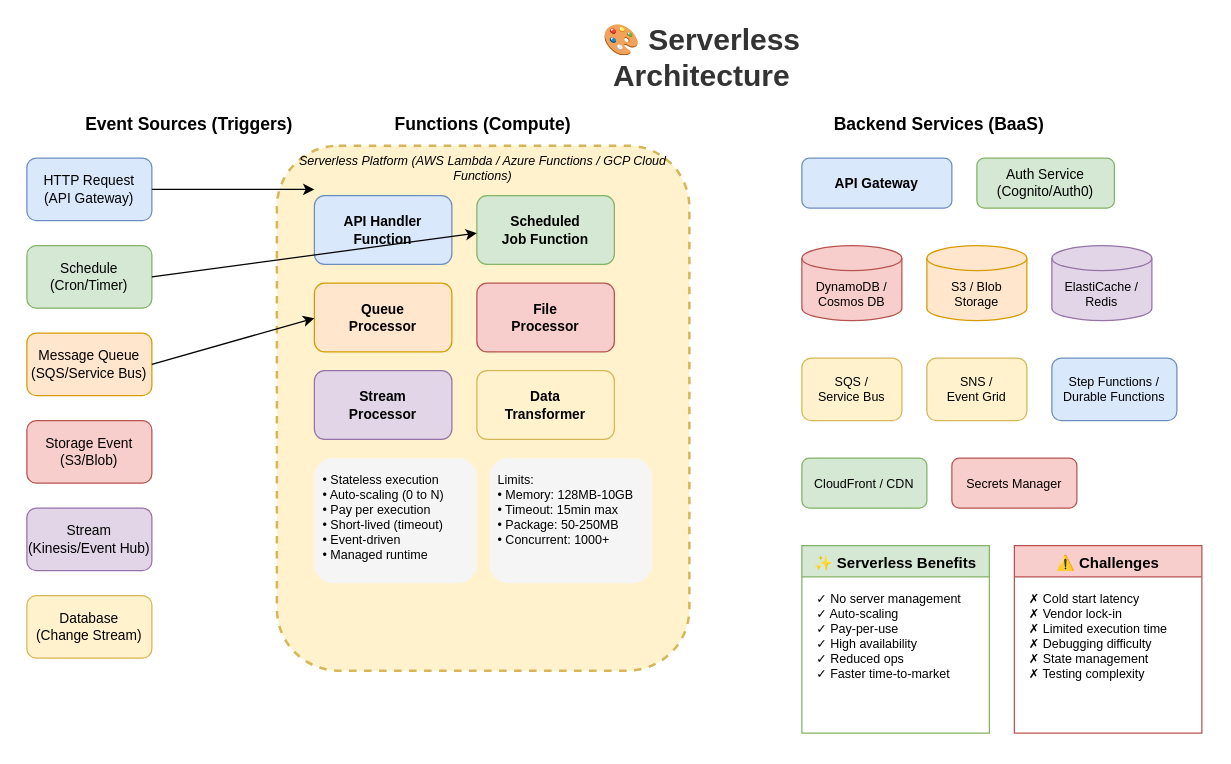
Above: lesson-01-software-design-architecture/02-architecture-styles/2.4-serverless-architecture.drawio in MrParkerZ7/document-lesson-software-architect-x-claude (draw.io), before the change. Source tidied: cells renumbered, new cells numbered last; positions are measured from the earlier drawing's top-left corner, leaving out a move shared by most shapes. Both pictures are drawn from the tidied source at 125%, with x=0, y=0 at pixel (26, 32).
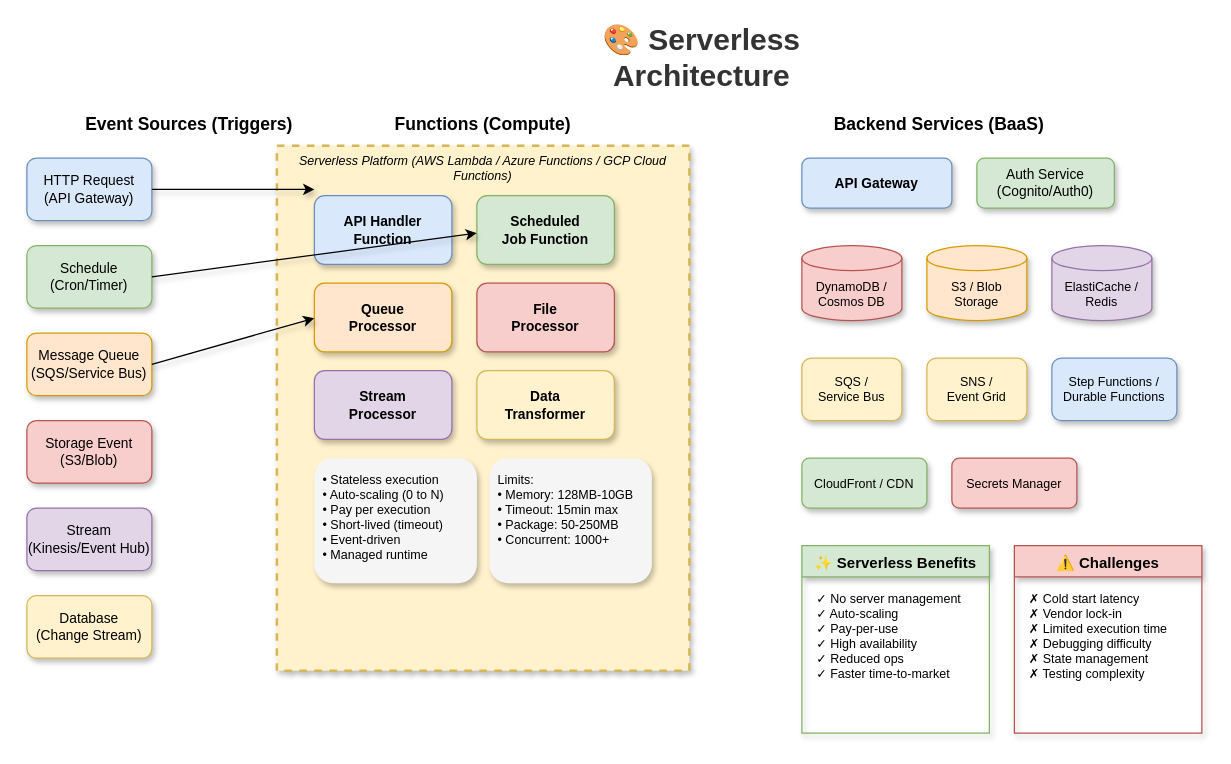
Above is the later version.

The edit, as a diff of the source:
```diff
@@
-    <mxCell id="4" value="HTTP Request&#10;(API Gateway)" style="rounded=1;whiteSpace=wrap;html=1;fillColor=#dae8fc;strokeColor=#6c8ebf;fontSize=11;" parent="1" vertex="1">
+    <mxCell id="4" value="HTTP Request&#10;(API Gateway)" style="rounded=1;whiteSpace=wrap;html=1;fillColor=#dae8fc;strokeColor=#6c8ebf;fontSize=11;shadow=1;" parent="1" vertex="1">
       <mxGeometry y="100" width="100" height="50" as="geometry" />
     </mxCell>
-    <mxCell id="5" value="Schedule&#10;(Cron/Timer)" style="rounded=1;whiteSpace=wrap;html=1;fillColor=#d5e8d4;strokeColor=#82b366;fontSize=11;" parent="1" vertex="1">
+    <mxCell id="5" value="Schedule&#10;(Cron/Timer)" style="rounded=1;whiteSpace=wrap;html=1;fillColor=#d5e8d4;strokeColor=#82b366;fontSize=11;shadow=1;" parent="1" vertex="1">
       <mxGeometry y="170" width="100" height="50" as="geometry" />
     </mxCell>
-    <mxCell id="6" value="Message Queue&#10;(SQS/Service Bus)" style="rounded=1;whiteSpace=wrap;html=1;fillColor=#ffe6cc;strokeColor=#d79b00;fontSize=11;" parent="1" vertex="1">
+    <mxCell id="6" value="Message Queue&#10;(SQS/Service Bus)" style="rounded=1;whiteSpace=wrap;html=1;fillColor=#ffe6cc;strokeColor=#d79b00;fontSize=11;shadow=1;" parent="1" vertex="1">
       <mxGeometry y="240" width="100" height="50" as="geometry" />
     </mxCell>
-    <mxCell id="7" value="Storage Event&#10;(S3/Blob)" style="rounded=1;whiteSpace=wrap;html=1;fillColor=#f8cecc;strokeColor=#b85450;fontSize=11;" parent="1" vertex="1">
+    <mxCell id="7" value="Storage Event&#10;(S3/Blob)" style="rounded=1;whiteSpace=wrap;html=1;fillColor=#f8cecc;strokeColor=#b85450;fontSize=11;shadow=1;" parent="1" vertex="1">
       <mxGeometry y="310" width="100" height="50" as="geometry" />
     </mxCell>
-    <mxCell id="8" value="Stream&#10;(Kinesis/Event Hub)" style="rounded=1;whiteSpace=wrap;html=1;fillColor=#e1d5e7;strokeColor=#9673a6;fontSize=11;" parent="1" vertex="1">
+    <mxCell id="8" value="Stream&#10;(Kinesis/Event Hub)" style="rounded=1;whiteSpace=wrap;html=1;fillColor=#e1d5e7;strokeColor=#9673a6;fontSize=11;shadow=1;" parent="1" vertex="1">
       <mxGeometry y="380" width="100" height="50" as="geometry" />
     </mxCell>
-    <mxCell id="9" value="Database&#10;(Change Stream)" style="rounded=1;whiteSpace=wrap;html=1;fillColor=#fff2cc;strokeColor=#d6b656;fontSize=11;" parent="1" vertex="1">
+    <mxCell id="9" value="Database&#10;(Change Stream)" style="rounded=1;whiteSpace=wrap;html=1;fillColor=#fff2cc;strokeColor=#d6b656;fontSize=11;shadow=1;" parent="1" vertex="1">
       <mxGeometry y="450" width="100" height="50" as="geometry" />
     </mxCell>
@@
-    <mxCell id="11" style="rounded=1;whiteSpace=wrap;html=1;fillColor=#fff2cc;strokeColor=#d6b656;strokeWidth=2;dashed=1;" parent="1" vertex="1">
+    <mxCell id="11" style="rounded=0;whiteSpace=wrap;html=1;fillColor=#fff2cc;strokeColor=#d6b656;strokeWidth=2;dashed=1;shadow=1;" parent="1" vertex="1">
       <mxGeometry x="200" y="90" width="330" height="420" as="geometry" />
     </mxCell>
@@
-    <mxCell id="13" value="API Handler&#10;Function" style="rounded=1;whiteSpace=wrap;html=1;fillColor=#dae8fc;strokeColor=#6c8ebf;fontSize=11;fontStyle=1;" parent="1" vertex="1">
+    <mxCell id="13" value="API Handler&#10;Function" style="rounded=1;whiteSpace=wrap;html=1;fillColor=#dae8fc;strokeColor=#6c8ebf;fontSize=11;fontStyle=1;shadow=1;" parent="1" vertex="1">
       <mxGeometry x="230" y="130" width="110" height="55" as="geometry" />
     </mxCell>
-    <mxCell id="14" value="Scheduled&#10;Job Function" style="rounded=1;whiteSpace=wrap;html=1;fillColor=#d5e8d4;strokeColor=#82b366;fontSize=11;fontStyle=1;" parent="1" vertex="1">
+    <mxCell id="14" value="Scheduled&#10;Job Function" style="rounded=1;whiteSpace=wrap;html=1;fillColor=#d5e8d4;strokeColor=#82b366;fontSize=11;fontStyle=1;shadow=1;" parent="1" vertex="1">
       <mxGeometry x="360" y="130" width="110" height="55" as="geometry" />
     </mxCell>
-    <mxCell id="15" value="Queue&#10;Processor" style="rounded=1;whiteSpace=wrap;html=1;fillColor=#ffe6cc;strokeColor=#d79b00;fontSize=11;fontStyle=1;" parent="1" vertex="1">
+    <mxCell id="15" value="Queue&#10;Processor" style="rounded=1;whiteSpace=wrap;html=1;fillColor=#ffe6cc;strokeColor=#d79b00;fontSize=11;fontStyle=1;shadow=1;" parent="1" vertex="1">
       <mxGeometry x="230" y="200" width="110" height="55" as="geometry" />
     </mxCell>
-    <mxCell id="16" value="File&#10;Processor" style="rounded=1;whiteSpace=wrap;html=1;fillColor=#f8cecc;strokeColor=#b85450;fontSize=11;fontStyle=1;" parent="1" vertex="1">
+    <mxCell id="16" value="File&#10;Processor" style="rounded=1;whiteSpace=wrap;html=1;fillColor=#f8cecc;strokeColor=#b85450;fontSize=11;fontStyle=1;shadow=1;" parent="1" vertex="1">
       <mxGeometry x="360" y="200" width="110" height="55" as="geometry" />
     </mxCell>
-    <mxCell id="17" value="Stream&#10;Processor" style="rounded=1;whiteSpace=wrap;html=1;fillColor=#e1d5e7;strokeColor=#9673a6;fontSize=11;fontStyle=1;" parent="1" vertex="1">
+    <mxCell id="17" value="Stream&#10;Processor" style="rounded=1;whiteSpace=wrap;html=1;fillColor=#e1d5e7;strokeColor=#9673a6;fontSize=11;fontStyle=1;shadow=1;" parent="1" vertex="1">
       <mxGeometry x="230" y="270" width="110" height="55" as="geometry" />
     </mxCell>
-    <mxCell id="18" value="Data&#10;Transformer" style="rounded=1;whiteSpace=wrap;html=1;fillColor=#fff2cc;strokeColor=#d6b656;fontSize=11;fontStyle=1;" parent="1" vertex="1">
+    <mxCell id="18" value="Data&#10;Transformer" style="rounded=1;whiteSpace=wrap;html=1;fillColor=#fff2cc;strokeColor=#d6b656;fontSize=11;fontStyle=1;shadow=1;" parent="1" vertex="1">
       <mxGeometry x="360" y="270" width="110" height="55" as="geometry" />
     </mxCell>
-    <mxCell id="19" value="• Stateless execution&#10;• Auto-scaling (0 to N)&#10;• Pay per execution&#10;• Short-lived (timeout)&#10;• Event-driven&#10;• Managed runtime" style="text;html=1;strokeColor=none;fillColor=#f5f5f5;align=left;verticalAlign=top;whiteSpace=wrap;rounded=1;fontSize=10;spacingLeft=5;spacingTop=5;" parent="1" vertex="1">
+    <mxCell id="19" value="• Stateless execution&#10;• Auto-scaling (0 to N)&#10;• Pay per execution&#10;• Short-lived (timeout)&#10;• Event-driven&#10;• Managed runtime" style="text;html=1;strokeColor=none;fillColor=#f5f5f5;align=left;verticalAlign=top;whiteSpace=wrap;rounded=1;fontSize=10;spacingLeft=5;spacingTop=5;shadow=1;" parent="1" vertex="1">
       <mxGeometry x="230" y="340" width="130" height="100" as="geometry" />
     </mxCell>
-    <mxCell id="20" value="Limits:&#10;• Memory: 128MB-10GB&#10;• Timeout: 15min max&#10;• Package: 50-250MB&#10;• Concurrent: 1000+" style="text;html=1;strokeColor=none;fillColor=#f5f5f5;align=left;verticalAlign=top;whiteSpace=wrap;rounded=1;fontSize=10;spacingLeft=5;spacingTop=5;" parent="1" vertex="1">
+    <mxCell id="20" value="Limits:&#10;• Memory: 128MB-10GB&#10;• Timeout: 15min max&#10;• Package: 50-250MB&#10;• Concurrent: 1000+" style="text;html=1;strokeColor=none;fillColor=#f5f5f5;align=left;verticalAlign=top;whiteSpace=wrap;rounded=1;fontSize=10;spacingLeft=5;spacingTop=5;shadow=1;" parent="1" vertex="1">
       <mxGeometry x="370" y="340" width="130" height="100" as="geometry" />
     </mxCell>
@@
-    <mxCell id="22" value="API Gateway" style="rounded=1;whiteSpace=wrap;html=1;fillColor=#dae8fc;strokeColor=#6c8ebf;fontSize=11;fontStyle=1;" parent="1" vertex="1">
+    <mxCell id="22" value="API Gateway" style="rounded=1;whiteSpace=wrap;html=1;fillColor=#dae8fc;strokeColor=#6c8ebf;fontSize=11;fontStyle=1;shadow=1;" parent="1" vertex="1">
       <mxGeometry x="620" y="100" width="120" height="40" as="geometry" />
     </mxCell>
-    <mxCell id="23" value="Auth Service&#10;(Cognito/Auth0)" style="rounded=1;whiteSpace=wrap;html=1;fillColor=#d5e8d4;strokeColor=#82b366;fontSize=11;" parent="1" vertex="1">
+    <mxCell id="23" value="Auth Service&#10;(Cognito/Auth0)" style="rounded=1;whiteSpace=wrap;html=1;fillColor=#d5e8d4;strokeColor=#82b366;fontSize=11;shadow=1;" parent="1" vertex="1">
       <mxGeometry x="760" y="100" width="110" height="40" as="geometry" />
     </mxCell>
-    <mxCell id="24" value="DynamoDB /&#10;Cosmos DB" style="shape=cylinder3;whiteSpace=wrap;html=1;boundedLbl=1;backgroundOutline=1;size=10;fillColor=#f8cecc;strokeColor=#b85450;fontSize=10;" parent="1" vertex="1">
+    <mxCell id="24" value="DynamoDB /&#10;Cosmos DB" style="shape=cylinder3;whiteSpace=wrap;html=1;boundedLbl=1;backgroundOutline=1;size=10;fillColor=#f8cecc;strokeColor=#b85450;fontSize=10;shadow=1;" parent="1" vertex="1">
       <mxGeometry x="620" y="170" width="80" height="60" as="geometry" />
     </mxCell>
-    <mxCell id="25" value="S3 / Blob&#10;Storage" style="shape=cylinder3;whiteSpace=wrap;html=1;boundedLbl=1;backgroundOutline=1;size=10;fillColor=#ffe6cc;strokeColor=#d79b00;fontSize=10;" parent="1" vertex="1">
+    <mxCell id="25" value="S3 / Blob&#10;Storage" style="shape=cylinder3;whiteSpace=wrap;html=1;boundedLbl=1;backgroundOutline=1;size=10;fillColor=#ffe6cc;strokeColor=#d79b00;fontSize=10;shadow=1;" parent="1" vertex="1">
       <mxGeometry x="720" y="170" width="80" height="60" as="geometry" />
     </mxCell>
-    <mxCell id="26" value="ElastiCache /&#10;Redis" style="shape=cylinder3;whiteSpace=wrap;html=1;boundedLbl=1;backgroundOutline=1;size=10;fillColor=#e1d5e7;strokeColor=#9673a6;fontSize=10;" parent="1" vertex="1">
+    <mxCell id="26" value="ElastiCache /&#10;Redis" style="shape=cylinder3;whiteSpace=wrap;html=1;boundedLbl=1;backgroundOutline=1;size=10;fillColor=#e1d5e7;strokeColor=#9673a6;fontSize=10;shadow=1;" parent="1" vertex="1">
       <mxGeometry x="820" y="170" width="80" height="60" as="geometry" />
     </mxCell>
-    <mxCell id="27" value="SQS /&#10;Service Bus" style="rounded=1;whiteSpace=wrap;html=1;fillColor=#fff2cc;strokeColor=#d6b656;fontSize=10;" parent="1" vertex="1">
+    <mxCell id="27" value="SQS /&#10;Service Bus" style="rounded=1;whiteSpace=wrap;html=1;fillColor=#fff2cc;strokeColor=#d6b656;fontSize=10;shadow=1;" parent="1" vertex="1">
       <mxGeometry x="620" y="260" width="80" height="50" as="geometry" />
     </mxCell>
-    <mxCell id="28" value="SNS /&#10;Event Grid" style="rounded=1;whiteSpace=wrap;html=1;fillColor=#fff2cc;strokeColor=#d6b656;fontSize=10;" parent="1" vertex="1">
+    <mxCell id="28" value="SNS /&#10;Event Grid" style="rounded=1;whiteSpace=wrap;html=1;fillColor=#fff2cc;strokeColor=#d6b656;fontSize=10;shadow=1;" parent="1" vertex="1">
       <mxGeometry x="720" y="260" width="80" height="50" as="geometry" />
     </mxCell>
-    <mxCell id="29" value="Step Functions /&#10;Durable Functions" style="rounded=1;whiteSpace=wrap;html=1;fillColor=#dae8fc;strokeColor=#6c8ebf;fontSize=10;" parent="1" vertex="1">
+    <mxCell id="29" value="Step Functions /&#10;Durable Functions" style="rounded=1;whiteSpace=wrap;html=1;fillColor=#dae8fc;strokeColor=#6c8ebf;fontSize=10;shadow=1;" parent="1" vertex="1">
       <mxGeometry x="820" y="260" width="100" height="50" as="geometry" />
     </mxCell>
-    <mxCell id="30" value="CloudFront / CDN" style="rounded=1;whiteSpace=wrap;html=1;fillColor=#d5e8d4;strokeColor=#82b366;fontSize=10;" parent="1" vertex="1">
+    <mxCell id="30" value="CloudFront / CDN" style="rounded=1;whiteSpace=wrap;html=1;fillColor=#d5e8d4;strokeColor=#82b366;fontSize=10;shadow=1;" parent="1" vertex="1">
       <mxGeometry x="620" y="340" width="100" height="40" as="geometry" />
     </mxCell>
-    <mxCell id="31" value="Secrets Manager" style="rounded=1;whiteSpace=wrap;html=1;fillColor=#f8cecc;strokeColor=#b85450;fontSize=10;" parent="1" vertex="1">
+    <mxCell id="31" value="Secrets Manager" style="rounded=1;whiteSpace=wrap;html=1;fillColor=#f8cecc;strokeColor=#b85450;fontSize=10;shadow=1;" parent="1" vertex="1">
       <mxGeometry x="740" y="340" width="100" height="40" as="geometry" />
     </mxCell>
-    <mxCell id="32" style="endArrow=classic;html=1;exitX=1;exitY=0.5;exitDx=0;exitDy=0;" parent="1" edge="1" source="4">
+    <mxCell id="32" style="endArrow=classic;html=1;exitX=1;exitY=0.5;exitDx=0;exitDy=0;shadow=1;curved=1;flowAnimation=1;jumpStyle=arc;" parent="1" edge="1" source="4">
       <mxGeometry relative="1" as="geometry">
         <mxPoint x="230" y="125" as="targetPoint" />
       </mxGeometry>
     </mxCell>
-    <mxCell id="33" style="endArrow=classic;html=1;exitX=1;exitY=0.5;exitDx=0;exitDy=0;" parent="1" edge="1" source="5">
+    <mxCell id="33" style="endArrow=classic;html=1;exitX=1;exitY=0.5;exitDx=0;exitDy=0;shadow=1;curved=1;flowAnimation=1;jumpStyle=arc;" parent="1" edge="1" source="5">
       <mxGeometry relative="1" as="geometry">
         <mxPoint x="360" y="160" as="targetPoint" />
       </mxGeometry>
     </mxCell>
-    <mxCell id="34" style="endArrow=classic;html=1;exitX=1;exitY=0.5;exitDx=0;exitDy=0;" parent="1" edge="1" source="6">
+    <mxCell id="34" style="endArrow=classic;html=1;exitX=1;exitY=0.5;exitDx=0;exitDy=0;shadow=1;curved=1;flowAnimation=1;jumpStyle=arc;" parent="1" edge="1" source="6">
       <mxGeometry relative="1" as="geometry">
         <mxPoint x="230" y="228" as="targetPoint" />
       </mxGeometry>
     </mxCell>
-    <mxCell id="35" value="✨ Serverless Benefits" style="swimlane;fontStyle=1;align=center;verticalAlign=top;horizontal=1;startSize=25;fillColor=#d5e8d4;strokeColor=#82b366;" parent="1" vertex="1">
+    <mxCell id="35" value="✨ Serverless Benefits" style="swimlane;fontStyle=1;align=center;verticalAlign=top;horizontal=1;startSize=25;fillColor=#d5e8d4;strokeColor=#82b366;shadow=1;rounded=0;" parent="1" vertex="1">
       <mxGeometry x="620" y="410" width="150" height="150" as="geometry" />
     </mxCell>
@@
-    <mxCell id="37" value="⚠️ Challenges" style="swimlane;fontStyle=1;align=center;verticalAlign=top;horizontal=1;startSize=25;fillColor=#f8cecc;strokeColor=#b85450;" parent="1" vertex="1">
+    <mxCell id="37" value="⚠️ Challenges" style="swimlane;fontStyle=1;align=center;verticalAlign=top;horizontal=1;startSize=25;fillColor=#f8cecc;strokeColor=#b85450;shadow=1;rounded=0;" parent="1" vertex="1">
       <mxGeometry x="790" y="410" width="150" height="150" as="geometry" />
     </mxCell>
```
